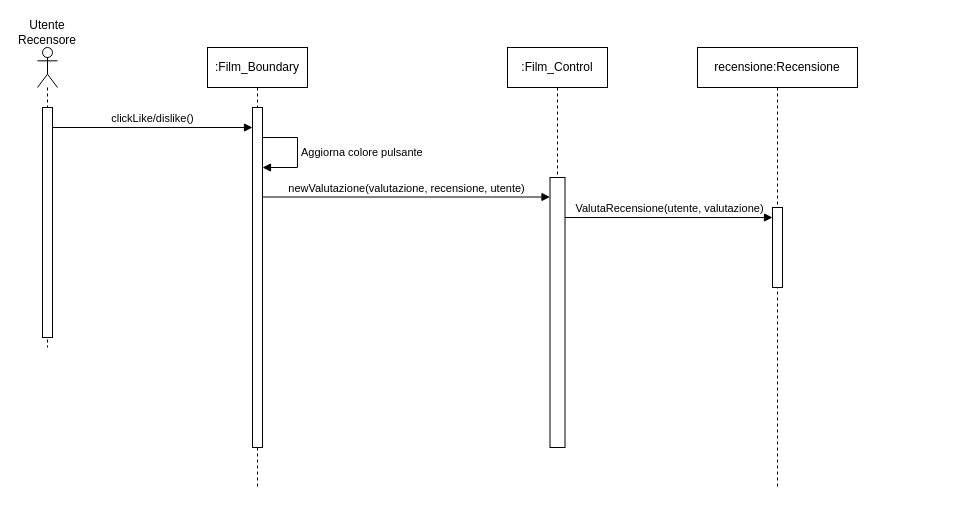
Before: New Diagrams/Sequence Diagrams/UC14 Valutazione di una recensione.drawio in superfra01/Rated, a draw.io diagram. Source tidied: cells renumbered, new cells numbered last; positions are measured from the earlier drawing's top-left corner, leaving out a move shared by most shapes. Both pictures are drawn from the tidied source at 100%, with x=0, y=0 at pixel (17, 17).
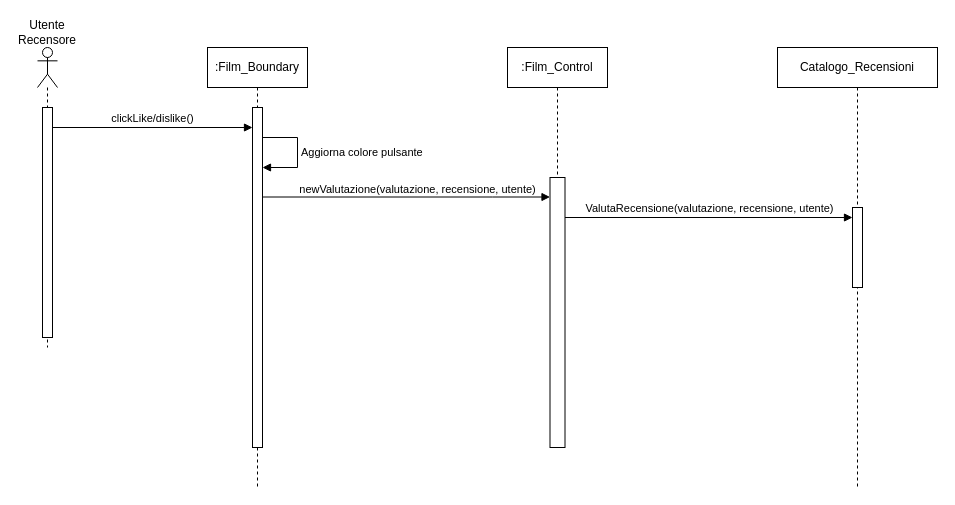
After the change.

Change to the diagram source:
```diff
@@
 <mxGraphModel>
   <root>
     <mxCell id="0" />
     <mxCell id="1" parent="0" />
     <mxCell id="2" style="shape=umlLifeline;perimeter=lifelinePerimeter;whiteSpace=wrap;html=1;newEdgeStyle={&quot;curved&quot;:0,&quot;rounded&quot;:0};participant=umlActor;" parent="1" vertex="1">
       <mxGeometry x="20" y="30" width="20" height="300" as="geometry" />
     </mxCell>
     <mxCell id="3" style="html=1;perimeter=orthogonalPerimeter;targetShapes=umlLifeline;newEdgeStyle={&quot;curved&quot;:0,&quot;rounded&quot;:0};" parent="2" vertex="1">
       <mxGeometry x="5" y="60" width="10" height="230" as="geometry" />
     </mxCell>
     <mxCell id="4" value="Utente Recensore" style="text;html=1;align=center;verticalAlign=middle;whiteSpace=wrap;rounded=0;" parent="1" vertex="1">
       <mxGeometry width="60" height="30" as="geometry" />
     </mxCell>
     <mxCell id="5" value=":Film_Boundary" style="shape=umlLifeline;perimeter=lifelinePerimeter;whiteSpace=wrap;html=1;newEdgeStyle={&quot;curved&quot;:0,&quot;rounded&quot;:0};" parent="1" vertex="1">
       <mxGeometry x="190" y="30" width="100" height="440" as="geometry" />
     </mxCell>
     <mxCell id="6" style="html=1;points=[[0,0,0,0,5],[0,1,0,0,-5],[1,0,0,0,5],[1,1,0,0,-5]];perimeter=orthogonalPerimeter;outlineConnect=0;targetShapes=umlLifeline;portConstraint=eastwest;newEdgeStyle={&quot;curved&quot;:0,&quot;rounded&quot;:0};" parent="5" vertex="1">
       <mxGeometry x="45" y="60" width="10" height="340" as="geometry" />
     </mxCell>
     <mxCell id="7" value="Aggiorna colore pulsante" style="html=1;align=left;spacingLeft=2;endArrow=block;rounded=0;edgeStyle=orthogonalEdgeStyle;curved=0;rounded=0;" parent="5" edge="1" source="6" target="6">
       <mxGeometry relative="1" as="geometry">
         <Array as="points">
           <mxPoint x="90" y="90" />
           <mxPoint x="90" y="120" />
         </Array>
       </mxGeometry>
     </mxCell>
     <mxCell id="8" value="clickLike/dislike()" style="html=1;verticalAlign=bottom;endArrow=block;curved=0;rounded=0;" parent="1" edge="1" target="6">
       <mxGeometry relative="1" as="geometry">
         <mxPoint x="35" y="110" as="sourcePoint" />
       </mxGeometry>
     </mxCell>
-    <mxCell id="9" value="recensione:Recensione" style="shape=umlLifeline;perimeter=lifelinePerimeter;whiteSpace=wrap;html=1;newEdgeStyle={&quot;curved&quot;:0,&quot;rounded&quot;:0};" parent="1" vertex="1">
-      <mxGeometry x="680" y="30" width="160" height="440" as="geometry" />
+    <mxCell id="9" value="Catalogo_Recensioni" style="shape=umlLifeline;perimeter=lifelinePerimeter;whiteSpace=wrap;html=1;newEdgeStyle={&quot;curved&quot;:0,&quot;rounded&quot;:0};" parent="1" vertex="1">
+      <mxGeometry x="760" y="30" width="160" height="440" as="geometry" />
     </mxCell>
     <mxCell id="10" style="html=1;points=[[0,0,0,0,5],[0,1,0,0,-5],[1,0,0,0,5],[1,1,0,0,-5]];perimeter=orthogonalPerimeter;outlineConnect=0;targetShapes=umlLifeline;portConstraint=eastwest;newEdgeStyle={&quot;curved&quot;:0,&quot;rounded&quot;:0};" parent="9" vertex="1">
       <mxGeometry x="75" y="160" width="10" height="80" as="geometry" />
     </mxCell>
     <mxCell id="11" value=":Film_Control" style="shape=umlLifeline;perimeter=lifelinePerimeter;whiteSpace=wrap;html=1;newEdgeStyle={&quot;curved&quot;:0,&quot;rounded&quot;:0};" parent="1" vertex="1">
       <mxGeometry x="490" y="30" width="100" height="400" as="geometry" />
     </mxCell>
     <mxCell id="12" style="html=1;points=[[0,0,0,0,5],[0,1,0,0,-5],[1,0,0,0,5],[1,1,0,0,-5]];perimeter=orthogonalPerimeter;outlineConnect=0;targetShapes=umlLifeline;portConstraint=eastwest;newEdgeStyle={&quot;curved&quot;:0,&quot;rounded&quot;:0};" parent="11" vertex="1">
       <mxGeometry x="42.5" y="130" width="15" height="270" as="geometry" />
     </mxCell>
     <mxCell id="13" value="newValutazione(valutazione, recensione, utente)" style="html=1;verticalAlign=bottom;endArrow=block;curved=0;rounded=0;" parent="1" edge="1" source="6" target="12">
-      <mxGeometry relative="1" as="geometry">
+      <mxGeometry x="0.08" relative="1" as="geometry">
         <Array as="points">
           <mxPoint x="475" y="179.5" />
         </Array>
+        <mxPoint y="1" as="offset" />
       </mxGeometry>
     </mxCell>
-    <mxCell id="14" value="ValutaRecensione(utente, valutazione)" style="html=1;verticalAlign=bottom;endArrow=block;curved=0;rounded=0;" parent="1" edge="1" target="10">
+    <mxCell id="14" value="ValutaRecensione(valutazione, recensione, utente)" style="html=1;verticalAlign=bottom;endArrow=block;curved=0;rounded=0;" parent="1" edge="1" target="10">
       <mxGeometry relative="1" as="geometry">
         <mxPoint x="547.5" y="200" as="sourcePoint" />
       </mxGeometry>
     </mxCell>
   </root>
 </mxGraphModel>
```
